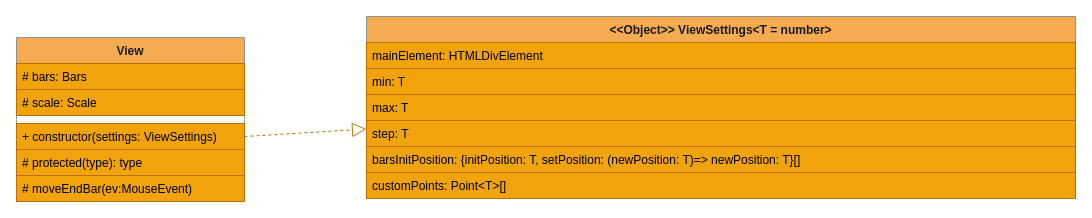
Before: page "View" (4 of 6) of src/components/simple/slider/slider.drawio in ArhDemetriy/Slider, a draw.io diagram. Source tidied: cells renumbered, new cells numbered last; positions are measured from the earlier drawing's top-left corner, leaving out a move shared by most shapes. Both pictures are drawn from the tidied source at 100%, with x=0, y=0 at pixel (16, 16).
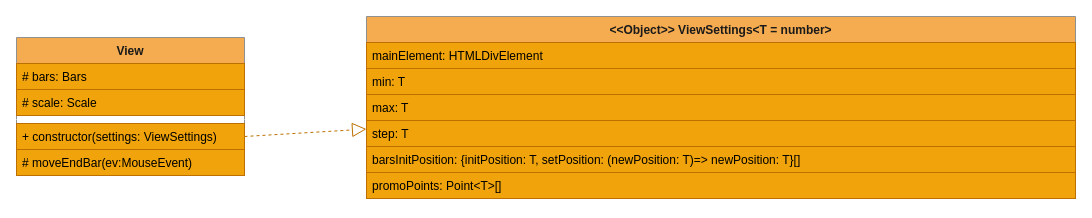
After the change.

What changed in the source:
```diff
@@
 <mxGraphModel>
   <root>
     <mxCell id="0" />
     <mxCell id="1" parent="0" />
     <mxCell id="2" parent="0" />
     <mxCell id="3" value="View" style="swimlane;fontStyle=1;align=center;verticalAlign=top;horizontal=1;startSize=26;rounded=0;sketch=0;strokeColor=#909090;fillColor=#F5AB50;fontColor=#1A1A1A;" parent="2" vertex="1">
-      <mxGeometry y="21" width="228" height="164" as="geometry" />
+      <mxGeometry y="21" width="228" height="138" as="geometry" />
     </mxCell>
     <mxCell id="4" value="# bars: Bars" style="text;fillColor=#f0a30a;align=left;verticalAlign=top;spacingLeft=4;spacingRight=4;overflow=hidden;strokeColor=#BD7000;fontColor=#000000;" parent="3" vertex="1">
       <mxGeometry y="26" width="228" height="26" as="geometry" />
     </mxCell>
     <mxCell id="5" value="# scale: Scale" style="text;fillColor=#f0a30a;align=left;verticalAlign=top;spacingLeft=4;spacingRight=4;overflow=hidden;strokeColor=#BD7000;fontColor=#000000;" parent="3" vertex="1">
       <mxGeometry y="52" width="228" height="26" as="geometry" />
     </mxCell>
     <mxCell id="6" style="line;strokeWidth=1;align=left;verticalAlign=middle;spacingTop=-1;spacingLeft=3;spacingRight=3;labelPosition=right;fillColor=#F0A30A;strokeColor=#FFFFFF;" parent="3" vertex="1">
       <mxGeometry y="78" width="228" height="8" as="geometry" />
     </mxCell>
     <mxCell id="7" value="+ constructor(settings: ViewSettings)" style="text;align=left;verticalAlign=top;spacingLeft=4;spacingRight=4;overflow=hidden;points=[[0,0.5],[1,0.5]];portConstraint=eastwest;strokeColor=#BD7000;fontColor=#000000;fillColor=#F0A30A;" parent="3" vertex="1">
       <mxGeometry y="86" width="228" height="26" as="geometry" />
     </mxCell>
-    <mxCell id="8" value="# protected(type): type" style="text;align=left;verticalAlign=top;spacingLeft=4;spacingRight=4;overflow=hidden;strokeColor=#BD7000;fontColor=#000000;fillColor=#F0A30A;" parent="3" vertex="1">
-      <mxGeometry y="112" width="228" height="26" as="geometry" />
-    </mxCell>
     <mxCell id="9" value="# moveEndBar(ev:MouseEvent)" style="text;align=left;verticalAlign=top;spacingLeft=4;spacingRight=4;overflow=hidden;strokeColor=#BD7000;fontColor=#000000;fillColor=#F0A30A;" parent="3" vertex="1">
-      <mxGeometry y="138" width="228" height="26" as="geometry" />
+      <mxGeometry y="112" width="228" height="26" as="geometry" />
     </mxCell>
     <mxCell id="10" value="&lt;&lt;Object&gt;&gt; ViewSettings&lt;T = number&gt;" style="swimlane;fontStyle=1;align=center;verticalAlign=top;horizontal=1;startSize=26;rounded=0;sketch=0;strokeColor=#909090;fillColor=#F5AB50;fontColor=#1A1A1A;" parent="2" vertex="1">
       <mxGeometry x="350" width="709" height="182" as="geometry" />
     </mxCell>
     <mxCell id="11" value="mainElement: HTMLDivElement" style="text;fillColor=#f0a30a;align=left;verticalAlign=top;spacingLeft=4;spacingRight=4;overflow=hidden;strokeColor=#BD7000;fontColor=#000000;" parent="10" vertex="1">
       <mxGeometry y="26" width="709" height="26" as="geometry" />
     </mxCell>
     <mxCell id="12" value="min: T" style="text;fillColor=#f0a30a;align=left;verticalAlign=top;spacingLeft=4;spacingRight=4;overflow=hidden;strokeColor=#BD7000;fontColor=#000000;" parent="10" vertex="1">
       <mxGeometry y="52" width="709" height="26" as="geometry" />
     </mxCell>
     <mxCell id="13" value="max: T" style="text;fillColor=#f0a30a;align=left;verticalAlign=top;spacingLeft=4;spacingRight=4;overflow=hidden;strokeColor=#BD7000;fontColor=#000000;" parent="10" vertex="1">
       <mxGeometry y="78" width="709" height="26" as="geometry" />
     </mxCell>
     <mxCell id="14" value="step: T" style="text;fillColor=#f0a30a;align=left;verticalAlign=top;spacingLeft=4;spacingRight=4;overflow=hidden;strokeColor=#BD7000;fontColor=#000000;" parent="10" vertex="1">
       <mxGeometry y="104" width="709" height="26" as="geometry" />
     </mxCell>
     <mxCell id="15" value="barsInitPosition: {initPosition: T, setPosition: (newPosition: T)=&gt; newPosition: T}[]" style="text;fillColor=#f0a30a;align=left;verticalAlign=top;spacingLeft=4;spacingRight=4;overflow=hidden;strokeColor=#BD7000;fontColor=#000000;" parent="10" vertex="1">
       <mxGeometry y="130" width="709" height="26" as="geometry" />
     </mxCell>
-    <mxCell id="16" value="customPoints: Point&lt;T&gt;[]" style="text;fillColor=#f0a30a;align=left;verticalAlign=top;spacingLeft=4;spacingRight=4;overflow=hidden;strokeColor=#BD7000;fontColor=#000000;" parent="10" vertex="1">
+    <mxCell id="16" value="promoPoints: Point&lt;T&gt;[]" style="text;fillColor=#f0a30a;align=left;verticalAlign=top;spacingLeft=4;spacingRight=4;overflow=hidden;strokeColor=#BD7000;fontColor=#000000;" parent="10" vertex="1">
       <mxGeometry y="156" width="709" height="26" as="geometry" />
     </mxCell>
     <mxCell id="17" style="endArrow=block;dashed=1;endFill=0;endSize=12;html=1;strokeColor=#BD7000;fontColor=#000000;fillColor=#f0a30a;exitX=1;exitY=0.5;exitDx=0;exitDy=0;" parent="2" edge="1" source="7" target="10">
       <mxGeometry relative="1" as="geometry" />
     </mxCell>
     <mxCell id="18" parent="0" />
   </root>
 </mxGraphModel>
```
